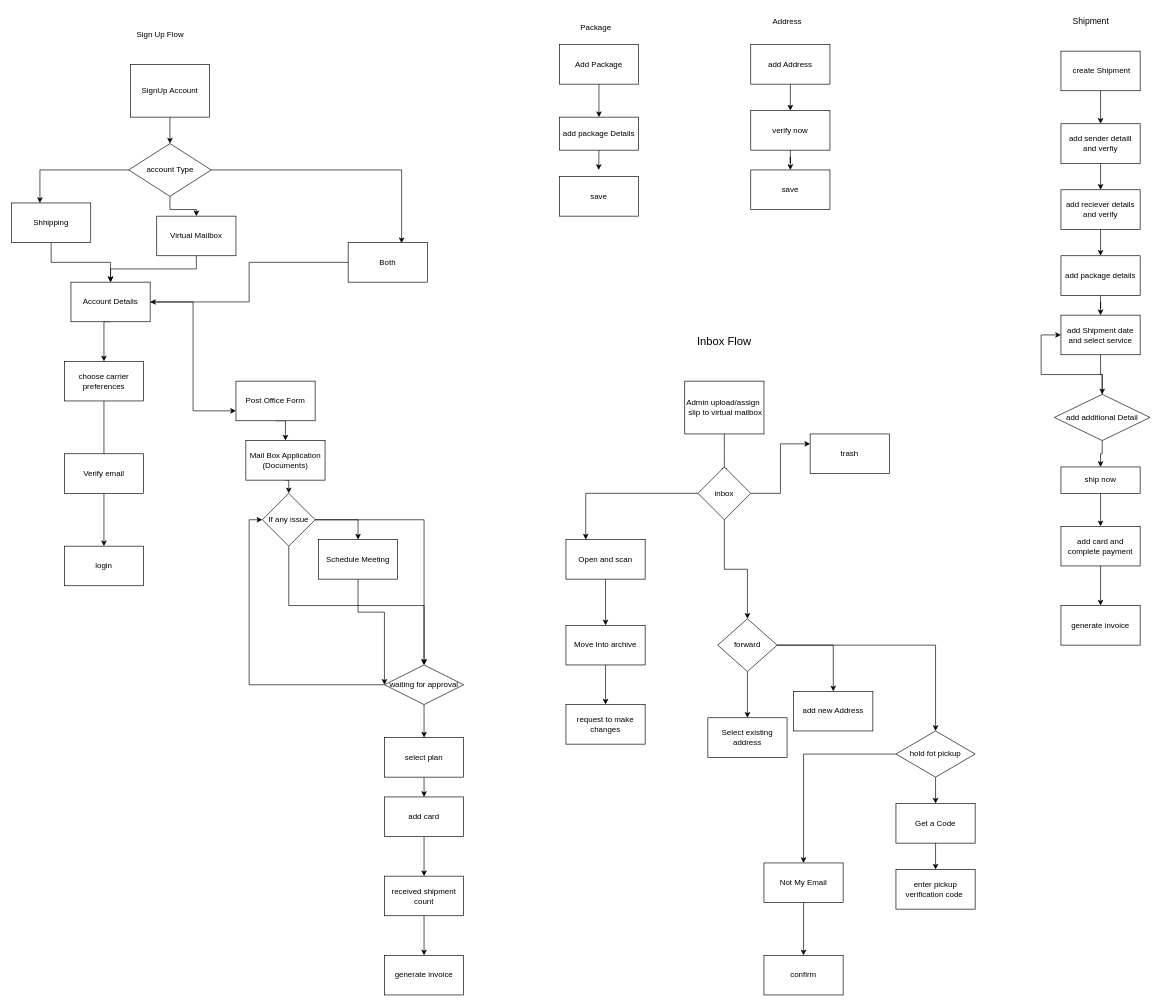
The draw.io diagram public/ship District.drawio in sharmag44/card-form, before the edit. Source tidied: cells renumbered, new cells numbered last; positions are measured from the earlier drawing's top-left corner, leaving out a move shared by most shapes. Both pictures are drawn from the tidied source at 66%, with x=0, y=0 at pixel (11, 11).
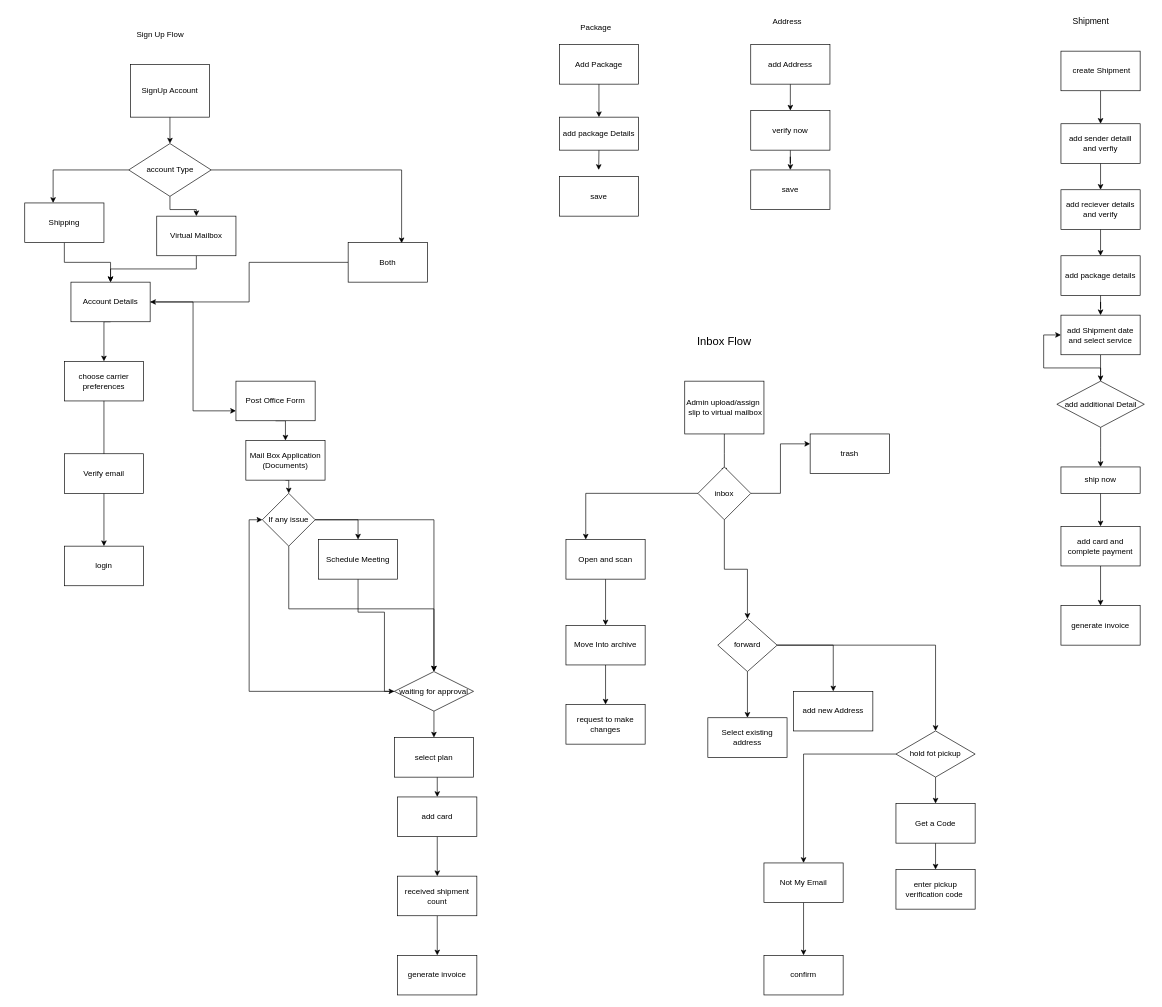
The same diagram, later.

The change refers to these unchanged cells:
```xml
<mxCell id="50" value="ship now&lt;br&gt;" style="rounded=0;whiteSpace=wrap;html=1;" parent="1" vertex="1">
  <mxGeometry x="1590" y="690" width="120" height="40" as="geometry" />
</mxCell>
```

Diff of the diagram source:
```diff
@@
-    <mxCell id="9" value="Shhipping" style="rounded=0;whiteSpace=wrap;html=1;" parent="1" vertex="1">
-      <mxGeometry y="290" width="120" height="60" as="geometry" />
+    <mxCell id="9" value="Shipping" style="rounded=0;whiteSpace=wrap;html=1;" parent="1" vertex="1">
+      <mxGeometry x="20" y="290" width="120" height="60" as="geometry" />
     </mxCell>
@@
     <mxCell id="29" value="waiting for approval" style="rhombus;whiteSpace=wrap;html=1;" parent="1" vertex="1">
-      <mxGeometry x="565" y="990" width="120" height="60" as="geometry" />
+      <mxGeometry x="580" y="1000" width="120" height="60" as="geometry" />
     </mxCell>
-    <mxCell id="30" style="edgeStyle=orthogonalEdgeStyle;rounded=0;jettySize=auto;html=1;exitX=0.5;exitY=1;exitDx=0;exitDy=0;entryX=0.5;entryY=0;entryDx=0;entryDy=0;" parent="1" edge="1" source="31" target="33">
-      <mxGeometry relative="1" as="geometry" />
+    <mxCell id="30" style="edgeStyle=orthogonalEdgeStyle;rounded=0;jettySize=auto;html=1;exitX=0.5;exitY=1;exitDx=0;exitDy=0;entryX=0.5;entryY=0;entryDx=0;entryDy=0;" parent="1" edge="1" target="33">
+      <mxGeometry relative="1" as="geometry">
+        <mxPoint x="645" y="1160" as="sourcePoint" />
+      </mxGeometry>
     </mxCell>
     <mxCell id="31" value="select plan" style="rounded=0;whiteSpace=wrap;html=1;" parent="1" vertex="1">
-      <mxGeometry x="565" y="1100" width="120" height="60" as="geometry" />
+      <mxGeometry x="580" y="1100" width="120" height="60" as="geometry" />
     </mxCell>
@@
     <mxCell id="33" value="add card" style="rounded=0;whiteSpace=wrap;html=1;" parent="1" vertex="1">
-      <mxGeometry x="565" y="1190" width="120" height="60" as="geometry" />
+      <mxGeometry x="585" y="1190" width="120" height="60" as="geometry" />
     </mxCell>
@@
     <mxCell id="35" value="received shipment count" style="rounded=0;whiteSpace=wrap;html=1;" parent="1" vertex="1">
-      <mxGeometry x="565" y="1310" width="120" height="60" as="geometry" />
+      <mxGeometry x="585" y="1310" width="120" height="60" as="geometry" />
     </mxCell>
@@
+    <mxCell id="47" style="edgeStyle=orthogonalEdgeStyle;rounded=0;jettySize=auto;html=1;" parent="1" edge="1" source="48" target="50">
+      <mxGeometry relative="1" as="geometry" />
+    </mxCell>
@@
-    <mxCell id="47" style="edgeStyle=orthogonalEdgeStyle;rounded=0;jettySize=auto;html=1;" parent="1" edge="1" source="48" target="50">
-      <mxGeometry relative="1" as="geometry" />
-    </mxCell>
     <mxCell id="48" value="add additional Detail" style="rhombus;whiteSpace=wrap;html=1;" parent="1" vertex="1">
-      <mxGeometry x="1580" y="580" width="145" height="70" as="geometry" />
+      <mxGeometry x="1583.8" y="560" width="132.5" height="70" as="geometry" />
     </mxCell>
@@
     <mxCell id="54" value="generate invoice" style="rounded=0;whiteSpace=wrap;html=1;" parent="1" vertex="1">
-      <mxGeometry x="565" y="1430" width="120" height="60" as="geometry" />
+      <mxGeometry x="585" y="1430" width="120" height="60" as="geometry" />
     </mxCell>
```
